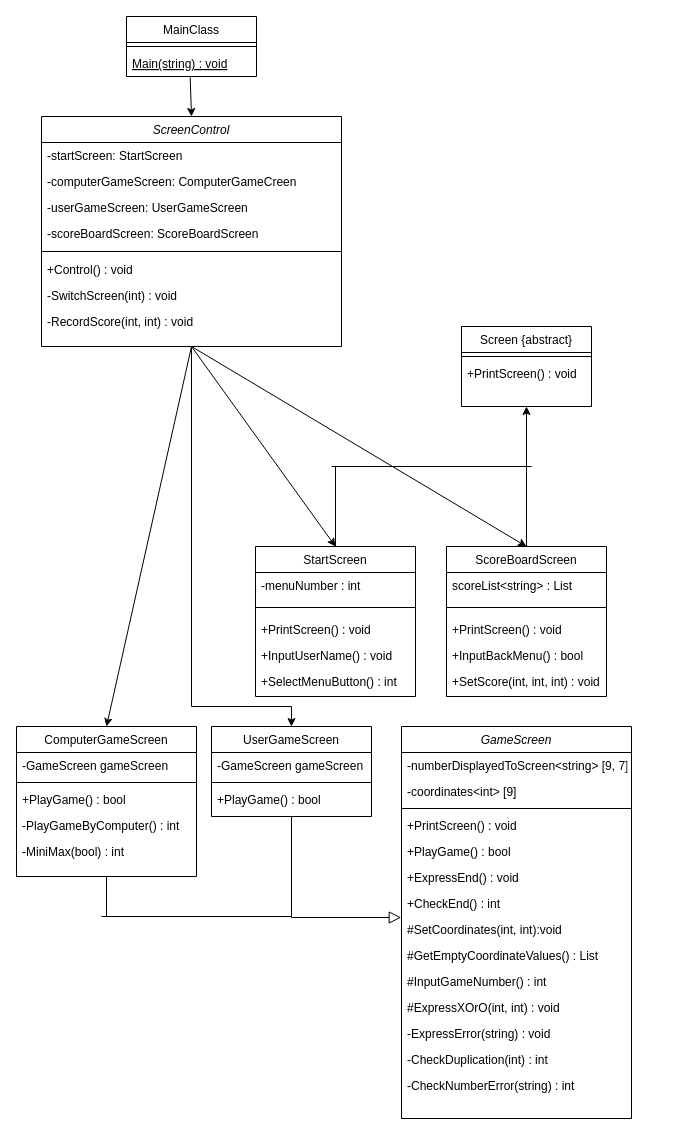
EN-2024-Study/SangHyeok keeps this draw.io diagram as 틱택토/etc/틱택토_클래스다이어그램.drawio. Above is the earlier version. Source tidied: cells renumbered, new cells numbered last; positions are measured from the earlier drawing's top-left corner, leaving out a move shared by most shapes. Both pictures are drawn from the tidied source at 100%, with x=0, y=0 at pixel (16, 16).
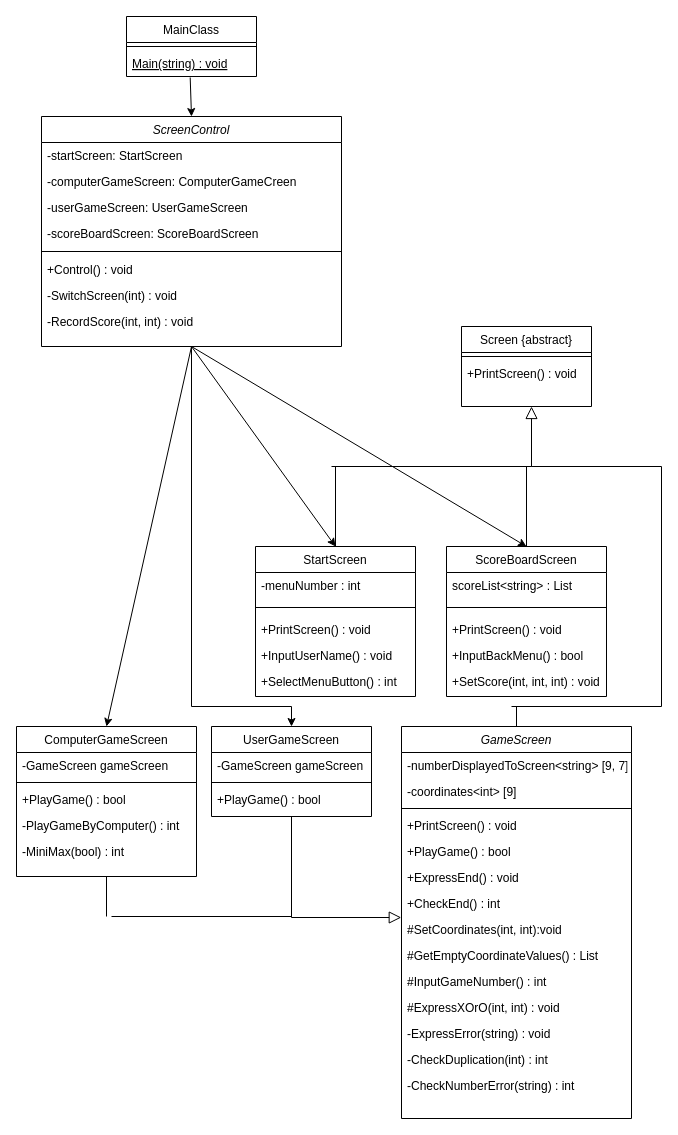
The same diagram, later.

Commit message (it also covers changes not shown here):
[modify] Class_Diagram

Unchanged cells that the change refers to:
```xml
<mxCell id="2" value="GameScreen" style="swimlane;fontStyle=2;align=center;verticalAlign=top;horizontal=1;startSize=26;rounded=0;shadow=0;strokeWidth=1;" parent="1" vertex="1">
  <mxGeometry x="385" y="710" width="230" height="392" as="geometry" />
</mxCell>
<mxCell id="34" value="Screen {abstract}" style="swimlane;fontStyle=0;align=center;verticalAlign=top;horizontal=1;startSize=26;rounded=0;shadow=0;strokeWidth=1;" parent="1" vertex="1">
  <mxGeometry x="445" y="310" width="130" height="80" as="geometry" />
</mxCell>
<mxCell id="37" value="ScoreBoardScreen" style="swimlane;fontStyle=0;align=center;verticalAlign=top;horizontal=1;startSize=26;rounded=0;shadow=0;strokeWidth=1;" parent="1" vertex="1">
  <mxGeometry x="430" y="530" width="160" height="150" as="geometry" />
</mxCell>
```

Diff of the diagram source:
```diff
@@
-    <mxCell id="60" style="endArrow=classic;html=1;rounded=0;entryX=0.5;entryY=1;entryDx=0;entryDy=0;exitX=0.5;exitY=0;exitDx=0;exitDy=0;" parent="1" edge="1" source="37" target="34">
-      <mxGeometry relative="1" as="geometry" />
-    </mxCell>
@@
     <mxCell id="63" style="endArrow=none;html=1;rounded=0;" parent="1" edge="1">
       <mxGeometry relative="1" as="geometry">
         <mxPoint x="275" y="900" as="sourcePoint" />
-        <mxPoint x="85" y="900" as="targetPoint" />
+        <mxPoint x="95" y="900" as="targetPoint" />
       </mxGeometry>
     </mxCell>
@@
+    <mxCell id="67" style="endArrow=none;html=1;rounded=0;entryX=0.5;entryY=0;entryDx=0;entryDy=0;" parent="1" edge="1" target="2">
+      <mxGeometry relative="1" as="geometry">
+        <mxPoint x="500" y="690" as="sourcePoint" />
+      </mxGeometry>
+    </mxCell>
+    <mxCell id="68" style="endArrow=none;html=1;rounded=0;" parent="1" edge="1">
+      <mxGeometry relative="1" as="geometry">
+        <mxPoint x="645" y="690" as="sourcePoint" />
+        <mxPoint x="495" y="690" as="targetPoint" />
+      </mxGeometry>
+    </mxCell>
+    <mxCell id="69" style="endArrow=none;html=1;rounded=0;" parent="1" edge="1">
+      <mxGeometry relative="1" as="geometry">
+        <mxPoint x="645" y="690" as="sourcePoint" />
+        <mxPoint x="645" y="450" as="targetPoint" />
+      </mxGeometry>
+    </mxCell>
+    <mxCell id="70" style="endArrow=none;html=1;rounded=0;" parent="1" edge="1">
+      <mxGeometry relative="1" as="geometry">
+        <mxPoint x="515" y="450" as="sourcePoint" />
+        <mxPoint x="645" y="450" as="targetPoint" />
+      </mxGeometry>
+    </mxCell>
+    <mxCell id="71" style="endArrow=block;endSize=10;endFill=0;shadow=0;strokeWidth=1;rounded=0;curved=0;edgeStyle=elbowEdgeStyle;elbow=vertical;exitX=0.5;exitY=0;exitDx=0;exitDy=0;" parent="1" edge="1" source="37">
+      <mxGeometry relative="1" as="geometry">
+        <mxPoint x="515" y="390" as="targetPoint" />
+        <Array as="points">
+          <mxPoint x="515" y="450" />
+        </Array>
+      </mxGeometry>
+    </mxCell>
```
